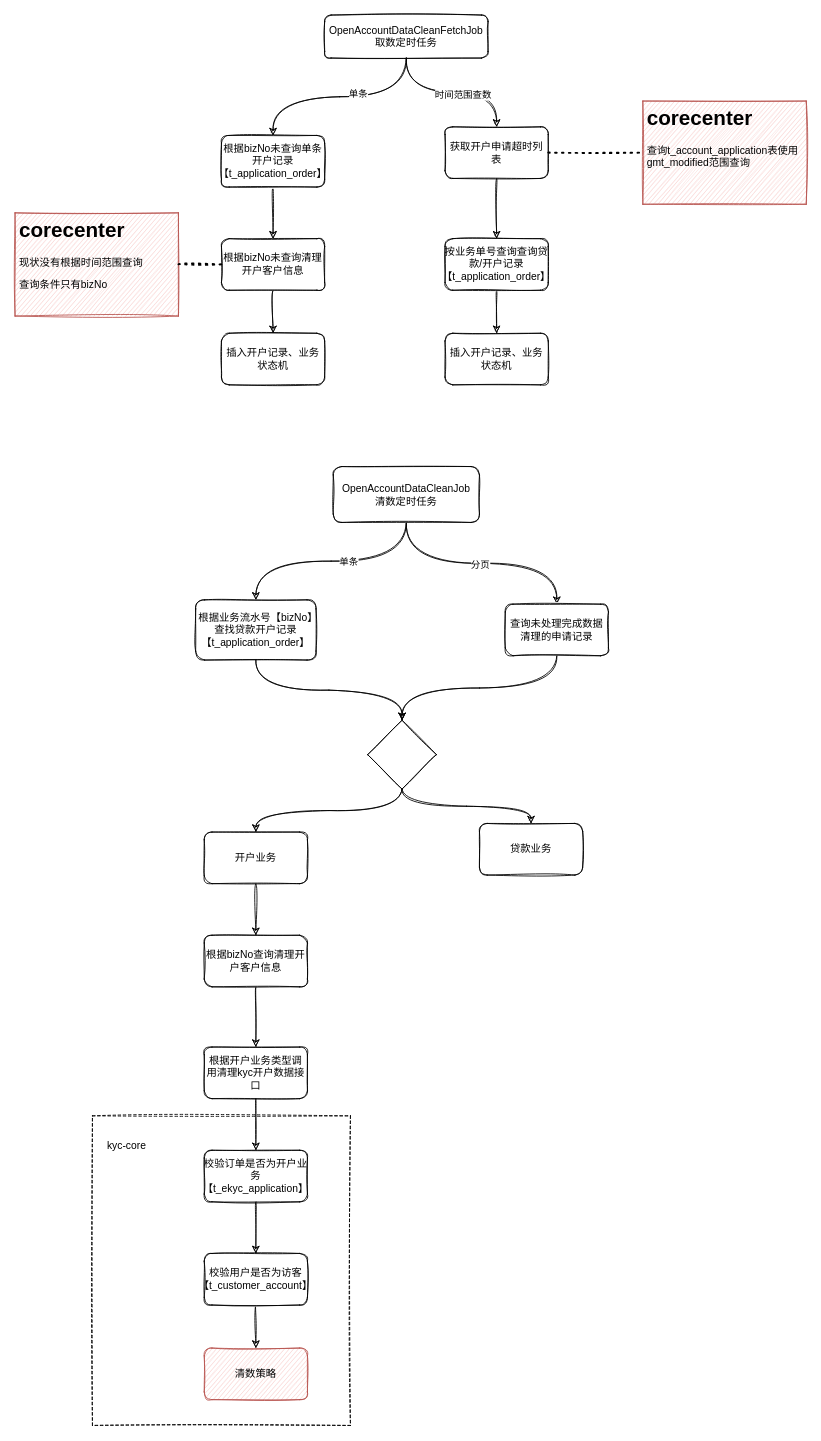
Before: Untitled Diagram.drawio in QirongZhang/repository, a draw.io diagram. Source tidied: cells renumbered, new cells numbered last; positions are measured from the earlier drawing's top-left corner, leaving out a move shared by most shapes. Both pictures are drawn from the tidied source at 86%, with x=0, y=0 at pixel (15, 15).
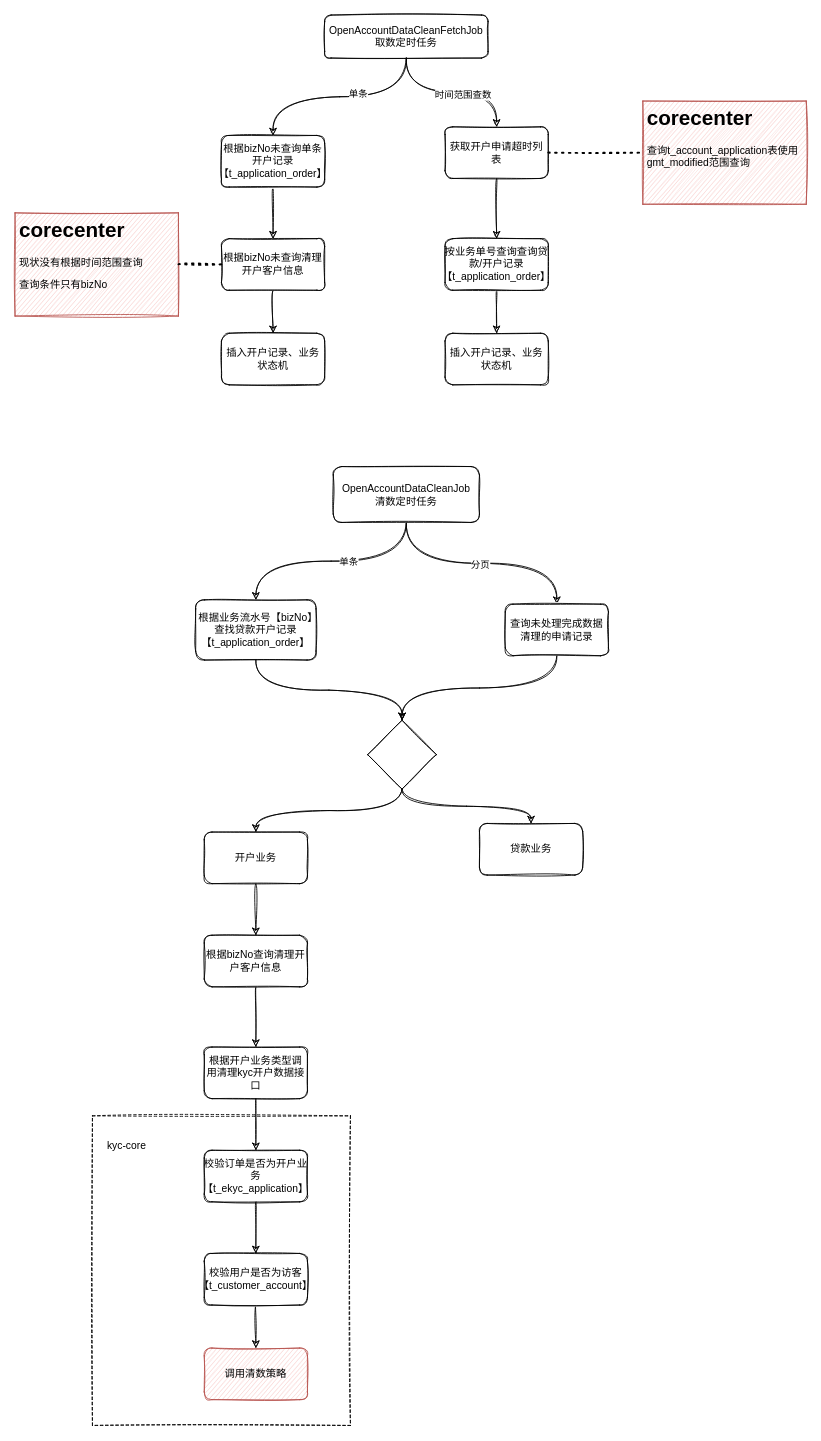
After the change.

Change to the diagram source:
```diff
@@
-    <mxCell id="45" value="清数策略" style="rounded=1;whiteSpace=wrap;html=1;sketch=1;fillColor=#f8cecc;strokeColor=#b85450;" parent="1" vertex="1">
+    <mxCell id="45" value="调用清数策略" style="rounded=1;whiteSpace=wrap;html=1;sketch=1;fillColor=#f8cecc;strokeColor=#b85450;" parent="1" vertex="1">
       <mxGeometry x="220" y="1550" width="120" height="60" as="geometry" />
     </mxCell>
```
